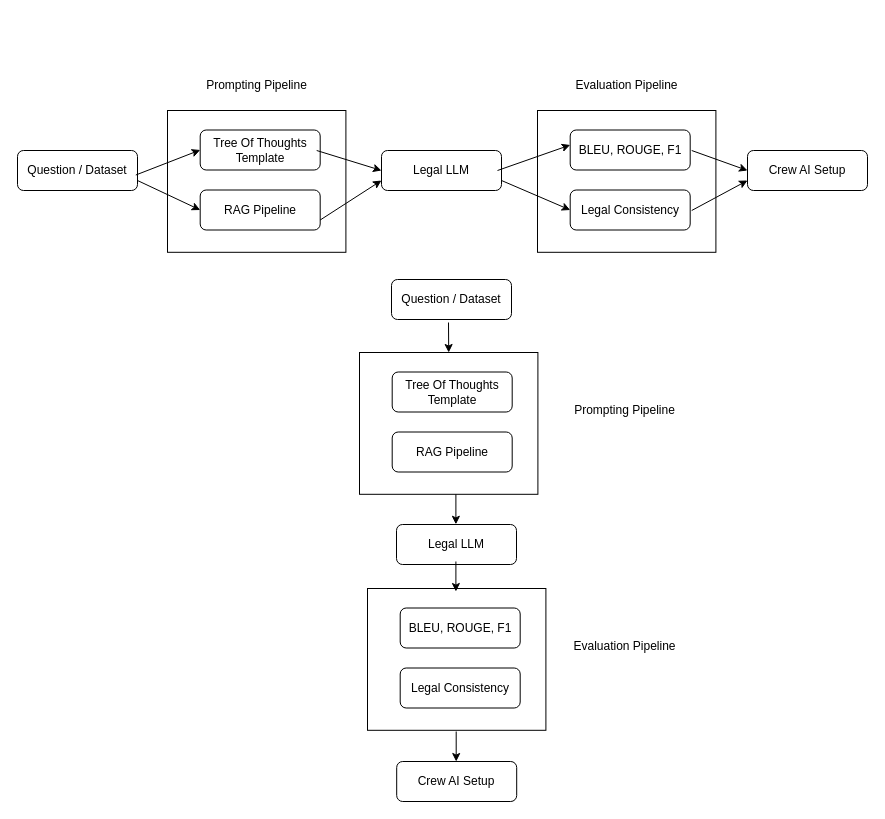
Above: kcl_msc_flow.drawio in chiragv24/Dissertation-Code (draw.io), before the change. Source tidied: cells renumbered, new cells numbered last; positions are measured from the earlier drawing's top-left corner, leaving out a move shared by most shapes. Both pictures are drawn from the tidied source at 100%, with x=0, y=0 at pixel (17, 70).
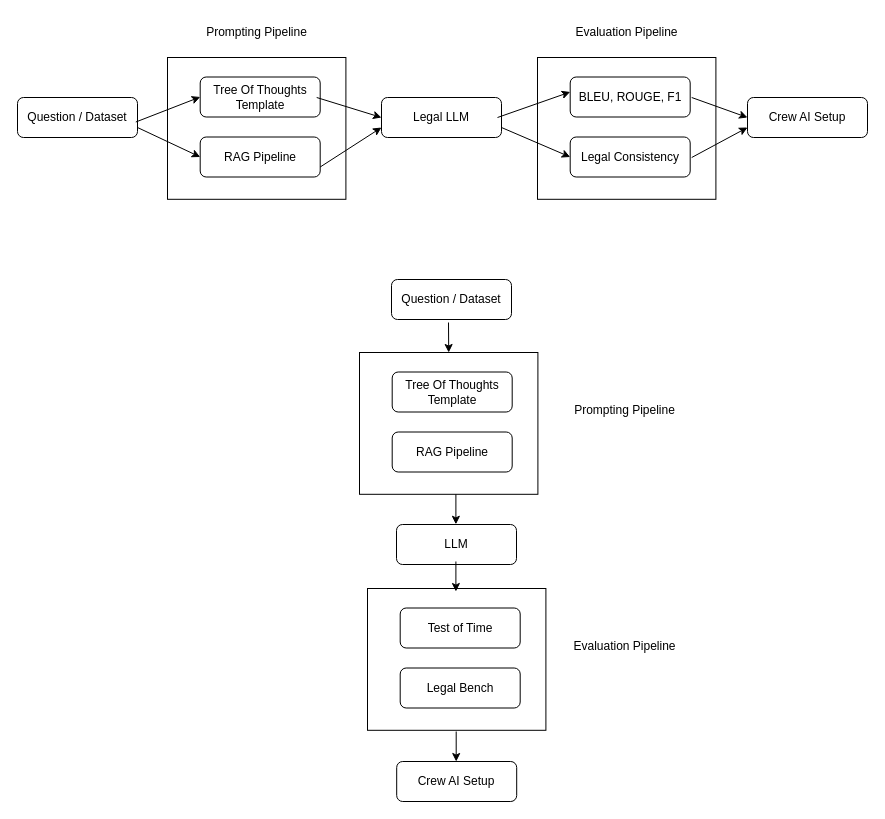
Above is the later version.

The change refers to these unchanged cells:
```xml
<mxCell id="25" style="group;" parent="1" vertex="1">
  <mxGeometry x="342" y="209" width="186.4" height="522" as="geometry" />
</mxCell>
<mxCell id="34" style="group;" parent="25" vertex="1">
  <mxGeometry x="8" y="309" width="178.4" height="141.8" as="geometry" />
</mxCell>
```

Change to the diagram source:
```diff
@@
     <mxCell id="2" style="group;" parent="1" vertex="1">
-      <mxGeometry width="850" height="181.8" as="geometry" />
+      <mxGeometry y="-53" width="850" height="181.8" as="geometry" />
     </mxCell>
@@
-    <mxCell id="32" value="Legal LLM" style="rounded=1;whiteSpace=wrap;html=1;fontSize=12;glass=0;strokeWidth=1;shadow=0;" parent="25" vertex="1">
+    <mxCell id="32" value="LLM" style="rounded=1;whiteSpace=wrap;html=1;fontSize=12;glass=0;strokeWidth=1;shadow=0;" parent="25" vertex="1">
       <mxGeometry x="37" y="245" width="120" height="40" as="geometry" />
     </mxCell>
@@
-    <mxCell id="36" value="BLEU, ROUGE, F1" style="rounded=1;whiteSpace=wrap;html=1;fontSize=12;glass=0;strokeWidth=1;shadow=0;" parent="34" vertex="1">
+    <mxCell id="36" value="Test of Time" style="rounded=1;whiteSpace=wrap;html=1;fontSize=12;glass=0;strokeWidth=1;shadow=0;" parent="34" vertex="1">
       <mxGeometry x="32.7" y="19.5" width="120" height="40" as="geometry" />
     </mxCell>
-    <mxCell id="37" value="Legal Consistency" style="rounded=1;whiteSpace=wrap;html=1;fontSize=12;glass=0;strokeWidth=1;shadow=0;" parent="34" vertex="1">
+    <mxCell id="37" value="Legal Bench" style="rounded=1;whiteSpace=wrap;html=1;fontSize=12;glass=0;strokeWidth=1;shadow=0;" parent="34" vertex="1">
       <mxGeometry x="32.7" y="79.5" width="120" height="40" as="geometry" />
     </mxCell>
```
